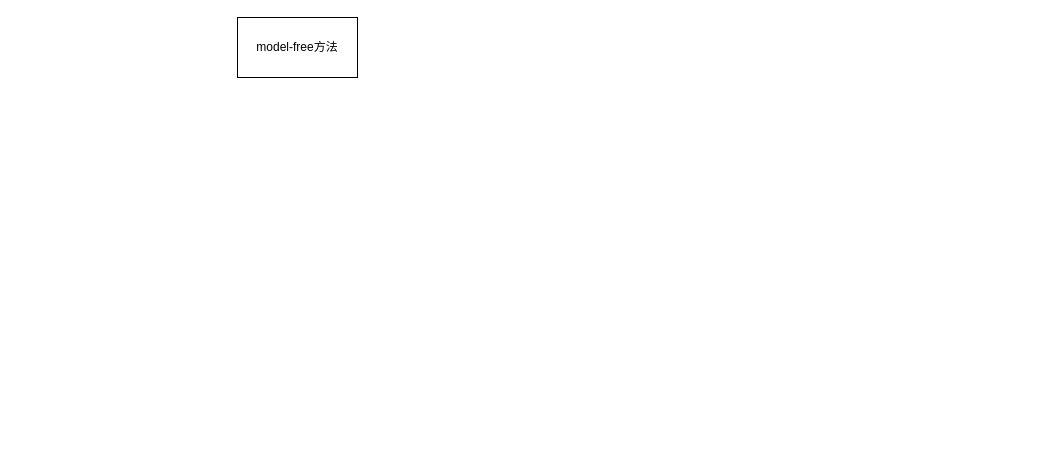
Earlier version of the draw.io diagram Untitled Diagram.drawio (Alookapola/A). Source tidied: cells renumbered, new cells numbered last; positions are measured from the earlier drawing's top-left corner, leaving out a move shared by most shapes. Both pictures are drawn from the tidied source at 100%, with x=0, y=0 at pixel (237, 17).
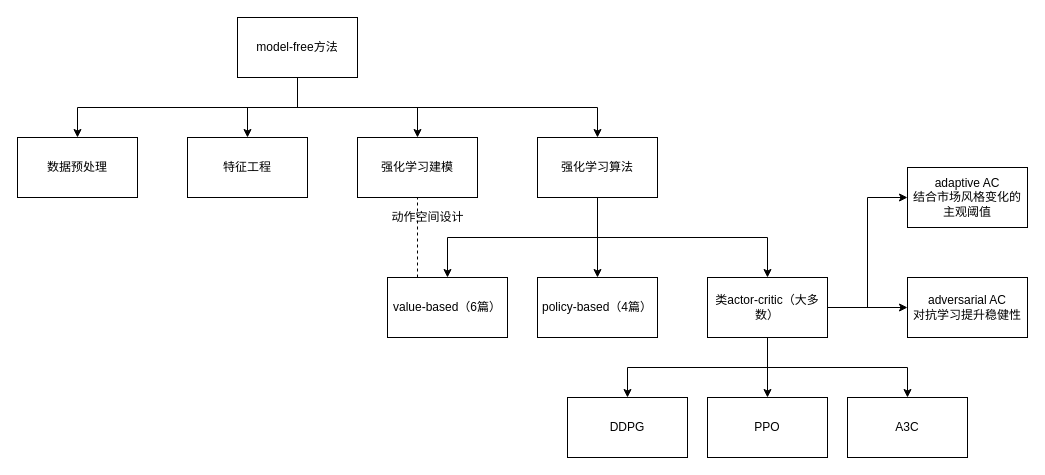
The same diagram, later.

Unchanged cells that the change refers to:
```xml
<mxCell id="2" value="model-free方法" style="rounded=0;whiteSpace=wrap;html=1;" parent="1" vertex="1">
  <mxGeometry width="120" height="60" as="geometry" />
</mxCell>
```

Diff of the diagram source:
```diff
@@
+    <mxCell id="3" style="edgeStyle=orthogonalEdgeStyle;rounded=0;jettySize=auto;html=1;exitX=0.5;exitY=1;exitDx=0;exitDy=0;" parent="1" edge="1" source="2" target="7">
+      <mxGeometry relative="1" as="geometry" />
+    </mxCell>
+    <mxCell id="4" style="edgeStyle=orthogonalEdgeStyle;rounded=0;jettySize=auto;html=1;exitX=0.5;exitY=1;exitDx=0;exitDy=0;entryX=0.5;entryY=0;entryDx=0;entryDy=0;" parent="1" edge="1" source="2" target="8">
+      <mxGeometry relative="1" as="geometry" />
+    </mxCell>
+    <mxCell id="5" style="edgeStyle=orthogonalEdgeStyle;rounded=0;jettySize=auto;html=1;exitX=0.5;exitY=1;exitDx=0;exitDy=0;" parent="1" edge="1" source="2" target="9">
+      <mxGeometry relative="1" as="geometry" />
+    </mxCell>
+    <mxCell id="6" style="edgeStyle=orthogonalEdgeStyle;rounded=0;jettySize=auto;html=1;exitX=0.5;exitY=1;exitDx=0;exitDy=0;entryX=0.5;entryY=0;entryDx=0;entryDy=0;" parent="1" edge="1" source="2" target="13">
+      <mxGeometry relative="1" as="geometry" />
+    </mxCell>
@@
+    <mxCell id="7" value="数据预处理" style="rounded=0;whiteSpace=wrap;html=1;" parent="1" vertex="1">
+      <mxGeometry x="-220" y="120" width="120" height="60" as="geometry" />
+    </mxCell>
+    <mxCell id="8" value="特征工程" style="rounded=0;whiteSpace=wrap;html=1;" parent="1" vertex="1">
+      <mxGeometry x="-50" y="120" width="120" height="60" as="geometry" />
+    </mxCell>
+    <mxCell id="9" value="强化学习建模" style="rounded=0;whiteSpace=wrap;html=1;" parent="1" vertex="1">
+      <mxGeometry x="120" y="120" width="120" height="60" as="geometry" />
+    </mxCell>
+    <mxCell id="10" style="edgeStyle=orthogonalEdgeStyle;rounded=0;jettySize=auto;html=1;exitX=0.5;exitY=1;exitDx=0;exitDy=0;entryX=0.5;entryY=0;entryDx=0;entryDy=0;" parent="1" edge="1" source="13" target="14">
+      <mxGeometry relative="1" as="geometry" />
+    </mxCell>
+    <mxCell id="11" style="edgeStyle=orthogonalEdgeStyle;rounded=0;jettySize=auto;html=1;exitX=0.5;exitY=1;exitDx=0;exitDy=0;" parent="1" edge="1" source="13" target="15">
+      <mxGeometry relative="1" as="geometry" />
+    </mxCell>
+    <mxCell id="12" style="edgeStyle=orthogonalEdgeStyle;rounded=0;jettySize=auto;html=1;exitX=0.5;exitY=1;exitDx=0;exitDy=0;entryX=0.5;entryY=0;entryDx=0;entryDy=0;" parent="1" edge="1" source="13" target="21">
+      <mxGeometry relative="1" as="geometry" />
+    </mxCell>
+    <mxCell id="13" value="强化学习算法" style="rounded=0;whiteSpace=wrap;html=1;" parent="1" vertex="1">
+      <mxGeometry x="300" y="120" width="120" height="60" as="geometry" />
+    </mxCell>
+    <mxCell id="14" value="value-based（6篇）" style="rounded=0;whiteSpace=wrap;html=1;" parent="1" vertex="1">
+      <mxGeometry x="150" y="260" width="120" height="60" as="geometry" />
+    </mxCell>
+    <mxCell id="15" value="policy-based（4篇）" style="rounded=0;whiteSpace=wrap;html=1;" parent="1" vertex="1">
+      <mxGeometry x="300" y="260" width="120" height="60" as="geometry" />
+    </mxCell>
+    <mxCell id="16" style="edgeStyle=orthogonalEdgeStyle;rounded=0;jettySize=auto;html=1;exitX=0.5;exitY=1;exitDx=0;exitDy=0;entryX=0.5;entryY=0;entryDx=0;entryDy=0;" parent="1" edge="1" source="21" target="24">
+      <mxGeometry relative="1" as="geometry" />
+    </mxCell>
+    <mxCell id="17" style="edgeStyle=orthogonalEdgeStyle;rounded=0;jettySize=auto;html=1;exitX=0.5;exitY=1;exitDx=0;exitDy=0;entryX=0.5;entryY=0;entryDx=0;entryDy=0;" parent="1" edge="1" source="21" target="25">
+      <mxGeometry relative="1" as="geometry" />
+    </mxCell>
+    <mxCell id="18" style="edgeStyle=orthogonalEdgeStyle;rounded=0;jettySize=auto;html=1;exitX=0.5;exitY=1;exitDx=0;exitDy=0;entryX=0.5;entryY=0;entryDx=0;entryDy=0;" parent="1" edge="1" source="21" target="26">
+      <mxGeometry relative="1" as="geometry" />
+    </mxCell>
+    <mxCell id="19" style="edgeStyle=orthogonalEdgeStyle;rounded=0;jettySize=auto;html=1;exitX=1;exitY=0.5;exitDx=0;exitDy=0;entryX=0;entryY=0.5;entryDx=0;entryDy=0;" parent="1" edge="1" source="21" target="27">
+      <mxGeometry relative="1" as="geometry" />
+    </mxCell>
+    <mxCell id="20" style="edgeStyle=orthogonalEdgeStyle;rounded=0;jettySize=auto;html=1;exitX=1;exitY=0.5;exitDx=0;exitDy=0;entryX=0;entryY=0.5;entryDx=0;entryDy=0;" parent="1" edge="1" source="21" target="28">
+      <mxGeometry relative="1" as="geometry" />
+    </mxCell>
+    <mxCell id="21" value="类actor-critic（大多数）" style="rounded=0;whiteSpace=wrap;html=1;" parent="1" vertex="1">
+      <mxGeometry x="470" y="260" width="120" height="60" as="geometry" />
+    </mxCell>
+    <mxCell id="22" style="endArrow=none;dashed=1;html=1;rounded=0;exitX=0.25;exitY=0;exitDx=0;exitDy=0;" parent="1" edge="1" source="14">
+      <mxGeometry relative="1" as="geometry">
+        <mxPoint x="180" y="180" as="targetPoint" />
+      </mxGeometry>
+    </mxCell>
+    <mxCell id="23" value="动作空间设计" style="text;html=1;align=center;verticalAlign=middle;strokeColor=none;fillColor=none;" parent="1" vertex="1">
+      <mxGeometry x="145" y="190" width="90" height="20" as="geometry" />
+    </mxCell>
+    <mxCell id="24" value="DDPG" style="rounded=0;whiteSpace=wrap;html=1;" parent="1" vertex="1">
+      <mxGeometry x="330" y="380" width="120" height="60" as="geometry" />
+    </mxCell>
+    <mxCell id="25" value="PPO" style="rounded=0;whiteSpace=wrap;html=1;" parent="1" vertex="1">
+      <mxGeometry x="470" y="380" width="120" height="60" as="geometry" />
+    </mxCell>
+    <mxCell id="26" value="A3C" style="rounded=0;whiteSpace=wrap;html=1;" parent="1" vertex="1">
+      <mxGeometry x="610" y="380" width="120" height="60" as="geometry" />
+    </mxCell>
+    <mxCell id="27" value="adaptive AC&lt;br&gt;结合市场风格变化的主观阈值" style="rounded=0;whiteSpace=wrap;html=1;" parent="1" vertex="1">
+      <mxGeometry x="670" y="150" width="120" height="60" as="geometry" />
+    </mxCell>
+    <mxCell id="28" value="adversarial AC&lt;br&gt;对抗学习提升稳健性" style="rounded=0;whiteSpace=wrap;html=1;" parent="1" vertex="1">
+      <mxGeometry x="670" y="260" width="120" height="60" as="geometry" />
+    </mxCell>
```
